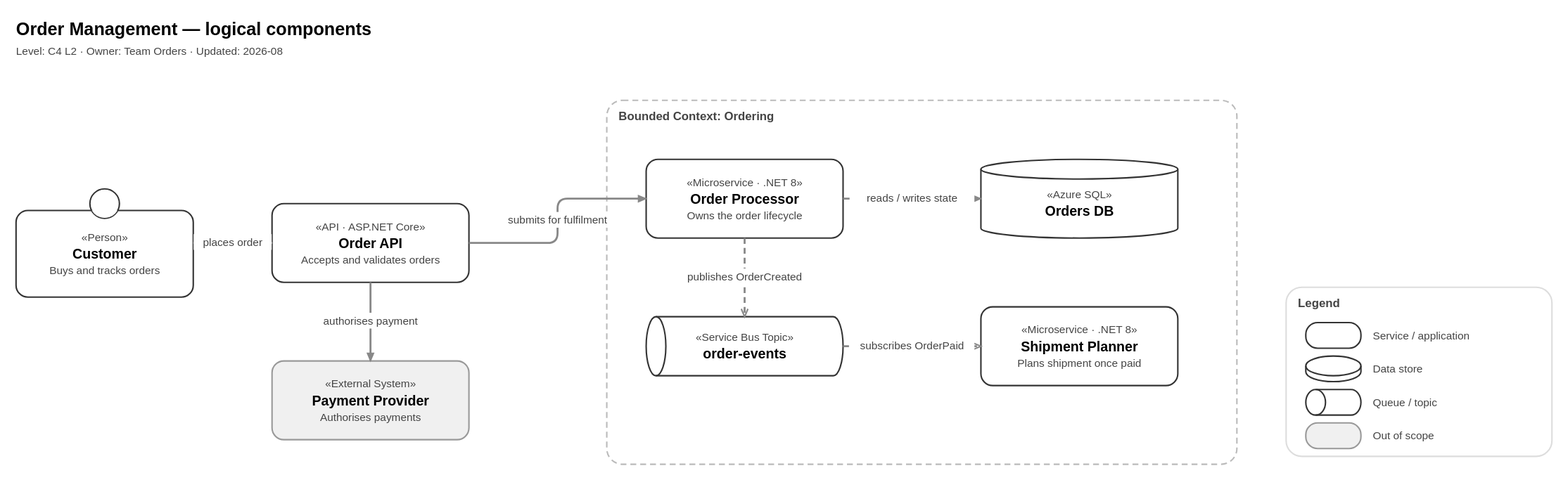
Earlier version of the draw.io export examples/components-example.drawio.svg (wojciech-ruchlewicz/drawio-architecture-kit). Source tidied: cells renumbered, new cells last; positions are measured from the earlier drawing's top-left corner, leaving out a move shared by most shapes.
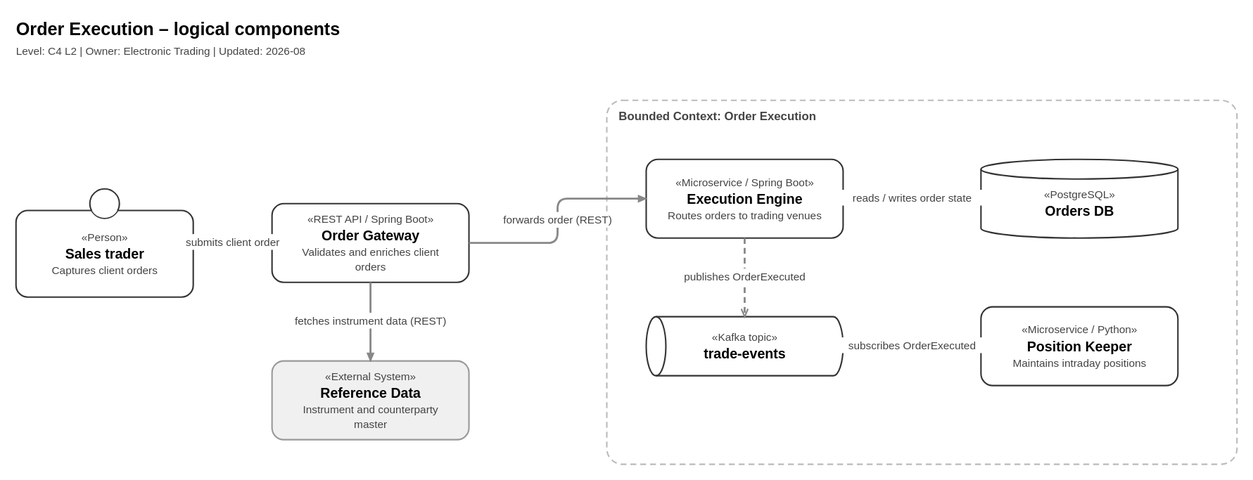
After the change.

What changed in the source:
```diff
@@ -2,80 +2,53 @@
   <root>
     <mxCell id="0" />
     <mxCell id="1" parent="0" />
-    <mxCell id="2" value="Order Management — logical components" style="text;html=1;align=left;verticalAlign=middle;fontFamily=Helvetica;fontSize=18;fontColor=#000000;fontStyle=1;" parent="1" vertex="1">
-      <mxGeometry width="700" height="26" as="geometry" />
+    <mxCell id="2" value="Order Execution – logical components" style="text;html=1;align=left;verticalAlign=middle;fontFamily=Helvetica;fontSize=18;fontColor=#000000;fontStyle=1;" parent="1" vertex="1">
+      <mxGeometry width="800" height="26" as="geometry" />
     </mxCell>
-    <mxCell id="3" value="Level: C4 L2 · Owner: Team Orders · Updated: 2026-08" style="text;html=1;align=left;verticalAlign=middle;fontFamily=Helvetica;fontSize=11;fontColor=#444444;" parent="1" vertex="1">
-      <mxGeometry y="28" width="700" height="16" as="geometry" />
+    <mxCell id="3" value="Level: C4 L2 | Owner: Electronic Trading | Updated: 2026-08" style="text;html=1;align=left;verticalAlign=middle;fontFamily=Helvetica;fontSize=11;fontColor=#444444;" parent="1" vertex="1">
+      <mxGeometry y="28" width="800" height="16" as="geometry" />
     </mxCell>
-    <mxCell id="4" value="&lt;div style=&quot;line-height:1.3&quot;&gt;&lt;font style=&quot;font-size:11px;color:#444444&quot;&gt;&amp;laquo;Person&amp;raquo;&lt;/font&gt;&lt;br&gt;&lt;b style=&quot;font-size:14px;color:#000000&quot;&gt;Customer&lt;/b&gt;&lt;br&gt;&lt;font style=&quot;font-size:11px;color:#444444&quot;&gt;Buys and tracks orders&lt;/font&gt;&lt;/div&gt;" style="shape=mxgraph.c4.person;whiteSpace=wrap;html=1;strokeWidth=1.5;fontFamily=Helvetica;fontSize=14;fontColor=#000000;align=center;verticalAlign=middle;shadow=0;fillColor=#FFFFFF;strokeColor=#333333;" parent="1" vertex="1">
+    <mxCell id="4" value="&lt;div style=&quot;line-height:1.3&quot;&gt;&lt;font style=&quot;font-size:11px;color:#444444&quot;&gt;&amp;laquo;Person&amp;raquo;&lt;/font&gt;&lt;br&gt;&lt;b style=&quot;font-size:14px;color:#000000&quot;&gt;Sales trader&lt;/b&gt;&lt;br&gt;&lt;font style=&quot;font-size:11px;color:#444444&quot;&gt;Captures client orders&lt;/font&gt;&lt;/div&gt;" style="shape=mxgraph.c4.person;whiteSpace=wrap;html=1;strokeWidth=1.5;fontFamily=Helvetica;fontSize=14;fontColor=#000000;align=center;verticalAlign=middle;shadow=0;fillColor=#FFFFFF;strokeColor=#333333;" parent="1" vertex="1">
       <mxGeometry y="176" width="180" height="110" as="geometry" />
     </mxCell>
-    <mxCell id="5" value="&lt;div style=&quot;line-height:1.3&quot;&gt;&lt;font style=&quot;font-size:11px;color:#444444&quot;&gt;&amp;laquo;API · ASP.NET Core&amp;raquo;&lt;/font&gt;&lt;br&gt;&lt;b style=&quot;font-size:14px;color:#000000&quot;&gt;Order API&lt;/b&gt;&lt;br&gt;&lt;font style=&quot;font-size:11px;color:#444444&quot;&gt;Accepts and validates orders&lt;/font&gt;&lt;/div&gt;" style="rounded=1;absoluteArcSize=1;arcSize=24;whiteSpace=wrap;html=1;strokeWidth=1.5;fontFamily=Helvetica;fontSize=14;fontColor=#000000;align=center;verticalAlign=middle;spacingLeft=6;spacingRight=6;shadow=0;fillColor=#FFFFFF;strokeColor=#333333;" parent="1" vertex="1">
+    <mxCell id="5" value="&lt;div style=&quot;line-height:1.3&quot;&gt;&lt;font style=&quot;font-size:11px;color:#444444&quot;&gt;&amp;laquo;REST API / Spring Boot&amp;raquo;&lt;/font&gt;&lt;br&gt;&lt;b style=&quot;font-size:14px;color:#000000&quot;&gt;Order Gateway&lt;/b&gt;&lt;br&gt;&lt;font style=&quot;font-size:11px;color:#444444&quot;&gt;Validates and enriches client orders&lt;/font&gt;&lt;/div&gt;" style="rounded=1;absoluteArcSize=1;arcSize=24;whiteSpace=wrap;html=1;strokeWidth=1.5;fontFamily=Helvetica;fontSize=14;fontColor=#000000;align=center;verticalAlign=middle;spacingLeft=6;spacingRight=6;shadow=0;fillColor=#FFFFFF;strokeColor=#333333;" parent="1" vertex="1">
       <mxGeometry x="260" y="191" width="200" height="80" as="geometry" />
     </mxCell>
-    <mxCell id="6" value="Bounded Context: Ordering" style="rounded=1;absoluteArcSize=1;arcSize=32;whiteSpace=wrap;html=1;strokeWidth=1.5;fontFamily=Helvetica;fontSize=12;fontStyle=1;fontColor=#444444;align=left;verticalAlign=top;spacingLeft=12;spacingTop=4;shadow=0;fillColor=none;strokeColor=#BBBBBB;dashed=1;dashPattern=8 4;" parent="1" vertex="1">
+    <mxCell id="6" value="Bounded Context: Order Execution" style="rounded=1;absoluteArcSize=1;arcSize=32;whiteSpace=wrap;html=1;strokeWidth=1.5;fontFamily=Helvetica;fontSize=12;fontStyle=1;fontColor=#444444;align=left;verticalAlign=top;spacingLeft=12;spacingTop=4;shadow=0;fillColor=none;strokeColor=#BBBBBB;dashed=1;dashPattern=8 4;" parent="1" vertex="1">
       <mxGeometry x="600" y="86" width="640" height="370" as="geometry" />
     </mxCell>
-    <mxCell id="7" value="&lt;div style=&quot;line-height:1.3&quot;&gt;&lt;font style=&quot;font-size:11px;color:#444444&quot;&gt;&amp;laquo;Microservice · .NET 8&amp;raquo;&lt;/font&gt;&lt;br&gt;&lt;b style=&quot;font-size:14px;color:#000000&quot;&gt;Order Processor&lt;/b&gt;&lt;br&gt;&lt;font style=&quot;font-size:11px;color:#444444&quot;&gt;Owns the order lifecycle&lt;/font&gt;&lt;/div&gt;" style="rounded=1;absoluteArcSize=1;arcSize=24;whiteSpace=wrap;html=1;strokeWidth=1.5;fontFamily=Helvetica;fontSize=14;fontColor=#000000;align=center;verticalAlign=middle;spacingLeft=6;spacingRight=6;shadow=0;fillColor=#FFFFFF;strokeColor=#333333;" parent="6" vertex="1">
+    <mxCell id="7" value="&lt;div style=&quot;line-height:1.3&quot;&gt;&lt;font style=&quot;font-size:11px;color:#444444&quot;&gt;&amp;laquo;Microservice / Spring Boot&amp;raquo;&lt;/font&gt;&lt;br&gt;&lt;b style=&quot;font-size:14px;color:#000000&quot;&gt;Execution Engine&lt;/b&gt;&lt;br&gt;&lt;font style=&quot;font-size:11px;color:#444444&quot;&gt;Routes orders to trading venues&lt;/font&gt;&lt;/div&gt;" style="rounded=1;absoluteArcSize=1;arcSize=24;whiteSpace=wrap;html=1;strokeWidth=1.5;fontFamily=Helvetica;fontSize=14;fontColor=#000000;align=center;verticalAlign=middle;spacingLeft=6;spacingRight=6;shadow=0;fillColor=#FFFFFF;strokeColor=#333333;" parent="6" vertex="1">
       <mxGeometry x="40" y="60" width="200" height="80" as="geometry" />
     </mxCell>
-    <mxCell id="8" value="&lt;div style=&quot;line-height:1.3&quot;&gt;&lt;font style=&quot;font-size:11px;color:#444444&quot;&gt;&amp;laquo;Azure SQL&amp;raquo;&lt;/font&gt;&lt;br&gt;&lt;b style=&quot;font-size:14px;color:#000000&quot;&gt;Orders DB&lt;/b&gt;&lt;/div&gt;" style="shape=cylinder3;boundedLbl=1;backgroundOutline=1;size=10;whiteSpace=wrap;html=1;strokeWidth=1.5;fontFamily=Helvetica;fontSize=14;fontColor=#000000;align=center;verticalAlign=middle;shadow=0;fillColor=#FFFFFF;strokeColor=#333333;" parent="6" vertex="1">
+    <mxCell id="8" value="&lt;div style=&quot;line-height:1.3&quot;&gt;&lt;font style=&quot;font-size:11px;color:#444444&quot;&gt;&amp;laquo;PostgreSQL&amp;raquo;&lt;/font&gt;&lt;br&gt;&lt;b style=&quot;font-size:14px;color:#000000&quot;&gt;Orders DB&lt;/b&gt;&lt;/div&gt;" style="shape=cylinder3;boundedLbl=1;backgroundOutline=1;size=10;whiteSpace=wrap;html=1;strokeWidth=1.5;fontFamily=Helvetica;fontSize=14;fontColor=#000000;align=center;verticalAlign=middle;shadow=0;fillColor=#FFFFFF;strokeColor=#333333;" parent="6" vertex="1">
       <mxGeometry x="380" y="60" width="200" height="80" as="geometry" />
     </mxCell>
-    <mxCell id="9" value="&lt;div style=&quot;line-height:1.3&quot;&gt;&lt;font style=&quot;font-size:11px;color:#444444&quot;&gt;&amp;laquo;Service Bus Topic&amp;raquo;&lt;/font&gt;&lt;br&gt;&lt;b style=&quot;font-size:14px;color:#000000&quot;&gt;order-events&lt;/b&gt;&lt;/div&gt;" style="shape=cylinder3;boundedLbl=1;backgroundOutline=1;size=10;direction=north;whiteSpace=wrap;html=1;strokeWidth=1.5;fontFamily=Helvetica;fontSize=14;fontColor=#000000;align=center;verticalAlign=middle;shadow=0;fillColor=#FFFFFF;strokeColor=#333333;" parent="6" vertex="1">
+    <mxCell id="9" value="&lt;div style=&quot;line-height:1.3&quot;&gt;&lt;font style=&quot;font-size:11px;color:#444444&quot;&gt;&amp;laquo;Kafka topic&amp;raquo;&lt;/font&gt;&lt;br&gt;&lt;b style=&quot;font-size:14px;color:#000000&quot;&gt;trade-events&lt;/b&gt;&lt;/div&gt;" style="shape=cylinder3;boundedLbl=1;backgroundOutline=1;size=10;direction=north;whiteSpace=wrap;html=1;strokeWidth=1.5;fontFamily=Helvetica;fontSize=14;fontColor=#000000;align=center;verticalAlign=middle;shadow=0;fillColor=#FFFFFF;strokeColor=#333333;" parent="6" vertex="1">
       <mxGeometry x="40" y="220" width="200" height="60" as="geometry" />
     </mxCell>
-    <mxCell id="10" value="&lt;div style=&quot;line-height:1.3&quot;&gt;&lt;font style=&quot;font-size:11px;color:#444444&quot;&gt;&amp;laquo;Microservice · .NET 8&amp;raquo;&lt;/font&gt;&lt;br&gt;&lt;b style=&quot;font-size:14px;color:#000000&quot;&gt;Shipment Planner&lt;/b&gt;&lt;br&gt;&lt;font style=&quot;font-size:11px;color:#444444&quot;&gt;Plans shipment once paid&lt;/font&gt;&lt;/div&gt;" style="rounded=1;absoluteArcSize=1;arcSize=24;whiteSpace=wrap;html=1;strokeWidth=1.5;fontFamily=Helvetica;fontSize=14;fontColor=#000000;align=center;verticalAlign=middle;spacingLeft=6;spacingRight=6;shadow=0;fillColor=#FFFFFF;strokeColor=#333333;" parent="6" vertex="1">
+    <mxCell id="10" value="&lt;div style=&quot;line-height:1.3&quot;&gt;&lt;font style=&quot;font-size:11px;color:#444444&quot;&gt;&amp;laquo;Microservice / Python&amp;raquo;&lt;/font&gt;&lt;br&gt;&lt;b style=&quot;font-size:14px;color:#000000&quot;&gt;Position Keeper&lt;/b&gt;&lt;br&gt;&lt;font style=&quot;font-size:11px;color:#444444&quot;&gt;Maintains intraday positions&lt;/font&gt;&lt;/div&gt;" style="rounded=1;absoluteArcSize=1;arcSize=24;whiteSpace=wrap;html=1;strokeWidth=1.5;fontFamily=Helvetica;fontSize=14;fontColor=#000000;align=center;verticalAlign=middle;spacingLeft=6;spacingRight=6;shadow=0;fillColor=#FFFFFF;strokeColor=#333333;" parent="6" vertex="1">
       <mxGeometry x="380" y="210" width="200" height="80" as="geometry" />
     </mxCell>
-    <mxCell id="11" value="&lt;div style=&quot;line-height:1.3&quot;&gt;&lt;font style=&quot;font-size:11px;color:#444444&quot;&gt;&amp;laquo;External System&amp;raquo;&lt;/font&gt;&lt;br&gt;&lt;b style=&quot;font-size:14px;color:#000000&quot;&gt;Payment Provider&lt;/b&gt;&lt;br&gt;&lt;font style=&quot;font-size:11px;color:#444444&quot;&gt;Authorises payments&lt;/font&gt;&lt;/div&gt;" style="rounded=1;absoluteArcSize=1;arcSize=24;whiteSpace=wrap;html=1;strokeWidth=1.5;fontFamily=Helvetica;fontSize=14;fontColor=#000000;align=center;verticalAlign=middle;spacingLeft=6;spacingRight=6;shadow=0;fillColor=#F0F0F0;strokeColor=#999999;" parent="1" vertex="1">
+    <mxCell id="11" value="&lt;div style=&quot;line-height:1.3&quot;&gt;&lt;font style=&quot;font-size:11px;color:#444444&quot;&gt;&amp;laquo;External System&amp;raquo;&lt;/font&gt;&lt;br&gt;&lt;b style=&quot;font-size:14px;color:#000000&quot;&gt;Reference Data&lt;/b&gt;&lt;br&gt;&lt;font style=&quot;font-size:11px;color:#444444&quot;&gt;Instrument and counterparty master&lt;/font&gt;&lt;/div&gt;" style="rounded=1;absoluteArcSize=1;arcSize=24;whiteSpace=wrap;html=1;strokeWidth=1.5;fontFamily=Helvetica;fontSize=14;fontColor=#000000;align=center;verticalAlign=middle;spacingLeft=6;spacingRight=6;shadow=0;fillColor=#F0F0F0;strokeColor=#999999;" parent="1" vertex="1">
       <mxGeometry x="260" y="351" width="200" height="80" as="geometry" />
     </mxCell>
-    <mxCell id="12" value="places order" style="edgeStyle=orthogonalEdgeStyle;rounded=1;arcSize=10;html=1;jumpStyle=arc;jumpSize=8;fontFamily=Helvetica;fontSize=11;fontColor=#444444;labelBackgroundColor=#FFFFFF;strokeWidth=2;strokeColor=#888888;endArrow=blockThin;endFill=1;endSize=6;exitX=1;exitY=0.5;exitDx=0;exitDy=0;entryX=0;entryY=0.5;entryDx=0;entryDy=0;" parent="1" edge="1" source="4" target="5">
+    <mxCell id="12" value="submits client order" style="edgeStyle=orthogonalEdgeStyle;rounded=1;arcSize=10;html=1;jumpStyle=arc;jumpSize=8;fontFamily=Helvetica;fontSize=11;fontColor=#444444;labelBackgroundColor=#FFFFFF;strokeWidth=2;strokeColor=#888888;endArrow=blockThin;endFill=1;endSize=6;exitX=1;exitY=0.5;exitDx=0;exitDy=0;entryX=0;entryY=0.5;entryDx=0;entryDy=0;" parent="1" edge="1" source="4" target="5">
       <mxGeometry relative="1" as="geometry" />
     </mxCell>
-    <mxCell id="13" value="submits for fulfilment" style="edgeStyle=orthogonalEdgeStyle;rounded=1;arcSize=10;html=1;jumpStyle=arc;jumpSize=8;fontFamily=Helvetica;fontSize=11;fontColor=#444444;labelBackgroundColor=#FFFFFF;strokeWidth=2;strokeColor=#888888;endArrow=blockThin;endFill=1;endSize=6;exitX=1;exitY=0.5;exitDx=0;exitDy=0;entryX=0;entryY=0.5;entryDx=0;entryDy=0;" parent="1" edge="1" source="5" target="7">
+    <mxCell id="13" value="forwards order (REST)" style="edgeStyle=orthogonalEdgeStyle;rounded=1;arcSize=10;html=1;jumpStyle=arc;jumpSize=8;fontFamily=Helvetica;fontSize=11;fontColor=#444444;labelBackgroundColor=#FFFFFF;strokeWidth=2;strokeColor=#888888;endArrow=blockThin;endFill=1;endSize=6;exitX=1;exitY=0.5;exitDx=0;exitDy=0;entryX=0;entryY=0.5;entryDx=0;entryDy=0;" parent="1" edge="1" source="5" target="7">
       <mxGeometry relative="1" as="geometry" />
     </mxCell>
-    <mxCell id="14" value="reads / writes state" style="edgeStyle=orthogonalEdgeStyle;rounded=1;arcSize=10;html=1;jumpStyle=arc;jumpSize=8;fontFamily=Helvetica;fontSize=11;fontColor=#444444;labelBackgroundColor=#FFFFFF;strokeWidth=2;strokeColor=#888888;endArrow=blockThin;endFill=1;endSize=6;exitX=1;exitY=0.5;exitDx=0;exitDy=0;entryX=0;entryY=0.5;entryDx=0;entryDy=0;" parent="1" edge="1" source="7" target="8">
+    <mxCell id="14" value="reads / writes order state" style="edgeStyle=orthogonalEdgeStyle;rounded=1;arcSize=10;html=1;jumpStyle=arc;jumpSize=8;fontFamily=Helvetica;fontSize=11;fontColor=#444444;labelBackgroundColor=#FFFFFF;strokeWidth=2;strokeColor=#888888;endArrow=blockThin;endFill=1;endSize=6;exitX=1;exitY=0.5;exitDx=0;exitDy=0;entryX=0;entryY=0.5;entryDx=0;entryDy=0;" parent="1" edge="1" source="7" target="8">
       <mxGeometry relative="1" as="geometry" />
     </mxCell>
-    <mxCell id="15" value="publishes OrderCreated" style="edgeStyle=orthogonalEdgeStyle;rounded=1;arcSize=10;html=1;jumpStyle=arc;jumpSize=8;fontFamily=Helvetica;fontSize=11;fontColor=#444444;labelBackgroundColor=#FFFFFF;strokeWidth=2;strokeColor=#888888;endArrow=open;endFill=0;endSize=8;dashed=1;dashPattern=6 4;exitX=0.5;exitY=1;exitDx=0;exitDy=0;entryX=0.5;entryY=0;entryDx=0;entryDy=0;" parent="1" edge="1" source="7" target="9">
+    <mxCell id="15" value="publishes OrderExecuted" style="edgeStyle=orthogonalEdgeStyle;rounded=1;arcSize=10;html=1;jumpStyle=arc;jumpSize=8;fontFamily=Helvetica;fontSize=11;fontColor=#444444;labelBackgroundColor=#FFFFFF;strokeWidth=2;strokeColor=#888888;endArrow=open;endFill=0;endSize=8;dashed=1;dashPattern=6 4;exitX=0.5;exitY=1;exitDx=0;exitDy=0;entryX=0.5;entryY=0;entryDx=0;entryDy=0;" parent="1" edge="1" source="7" target="9">
       <mxGeometry relative="1" as="geometry" />
     </mxCell>
-    <mxCell id="16" value="subscribes OrderPaid" style="edgeStyle=orthogonalEdgeStyle;rounded=1;arcSize=10;html=1;jumpStyle=arc;jumpSize=8;fontFamily=Helvetica;fontSize=11;fontColor=#444444;labelBackgroundColor=#FFFFFF;strokeWidth=2;strokeColor=#888888;endArrow=open;endFill=0;endSize=8;dashed=1;dashPattern=6 4;exitX=1;exitY=0.5;exitDx=0;exitDy=0;entryX=0;entryY=0.5;entryDx=0;entryDy=0;" parent="1" edge="1" source="9" target="10">
+    <mxCell id="16" value="subscribes OrderExecuted" style="edgeStyle=orthogonalEdgeStyle;rounded=1;arcSize=10;html=1;jumpStyle=arc;jumpSize=8;fontFamily=Helvetica;fontSize=11;fontColor=#444444;labelBackgroundColor=#FFFFFF;strokeWidth=2;strokeColor=#888888;endArrow=open;endFill=0;endSize=8;dashed=1;dashPattern=6 4;exitX=1;exitY=0.5;exitDx=0;exitDy=0;entryX=0;entryY=0.5;entryDx=0;entryDy=0;" parent="1" edge="1" source="9" target="10">
       <mxGeometry relative="1" as="geometry" />
     </mxCell>
-    <mxCell id="17" value="authorises payment" style="edgeStyle=orthogonalEdgeStyle;rounded=1;arcSize=10;html=1;jumpStyle=arc;jumpSize=8;fontFamily=Helvetica;fontSize=11;fontColor=#444444;labelBackgroundColor=#FFFFFF;strokeWidth=2;strokeColor=#888888;endArrow=blockThin;endFill=1;endSize=6;exitX=0.5;exitY=1;exitDx=0;exitDy=0;entryX=0.5;entryY=0;entryDx=0;entryDy=0;" parent="1" edge="1" source="5" target="11">
+    <mxCell id="17" value="fetches instrument data (REST)" style="edgeStyle=orthogonalEdgeStyle;rounded=1;arcSize=10;html=1;jumpStyle=arc;jumpSize=8;fontFamily=Helvetica;fontSize=11;fontColor=#444444;labelBackgroundColor=#FFFFFF;strokeWidth=2;strokeColor=#888888;endArrow=blockThin;endFill=1;endSize=6;exitX=0.5;exitY=1;exitDx=0;exitDy=0;entryX=0.5;entryY=0;entryDx=0;entryDy=0;" parent="1" edge="1" source="5" target="11">
       <mxGeometry relative="1" as="geometry" />
     </mxCell>
-    <mxCell id="18" value="Legend" style="rounded=1;absoluteArcSize=1;arcSize=32;whiteSpace=wrap;html=1;strokeWidth=1.5;fontFamily=Helvetica;fontSize=12;fontStyle=1;fontColor=#444444;align=left;verticalAlign=top;spacingLeft=12;spacingTop=4;shadow=0;fillColor=none;strokeColor=#DDDDDD;" parent="1" vertex="1">
-      <mxGeometry x="1290" y="276" width="270" height="172" as="geometry" />
-    </mxCell>
-    <mxCell id="19" style="rounded=1;absoluteArcSize=1;arcSize=24;whiteSpace=wrap;html=1;strokeWidth=1.5;fontFamily=Helvetica;fontSize=14;fontColor=#000000;align=center;verticalAlign=middle;spacingLeft=6;spacingRight=6;shadow=0;fillColor=#FFFFFF;strokeColor=#333333;" parent="18" vertex="1">
-      <mxGeometry x="20" y="36" width="56" height="26" as="geometry" />
-    </mxCell>
-    <mxCell id="20" value="Service / application" style="text;html=1;align=left;verticalAlign=middle;fontFamily=Helvetica;fontSize=11;fontColor=#444444;" parent="18" vertex="1">
-      <mxGeometry x="88" y="36" width="160" height="26" as="geometry" />
-    </mxCell>
-    <mxCell id="21" style="shape=cylinder3;boundedLbl=1;backgroundOutline=1;size=10;whiteSpace=wrap;html=1;strokeWidth=1.5;fontFamily=Helvetica;fontSize=14;fontColor=#000000;align=center;verticalAlign=middle;shadow=0;fillColor=#FFFFFF;strokeColor=#333333;" parent="18" vertex="1">
-      <mxGeometry x="20" y="70" width="56" height="26" as="geometry" />
-    </mxCell>
-    <mxCell id="22" value="Data store" style="text;html=1;align=left;verticalAlign=middle;fontFamily=Helvetica;fontSize=11;fontColor=#444444;" parent="18" vertex="1">
-      <mxGeometry x="88" y="70" width="160" height="26" as="geometry" />
-    </mxCell>
-    <mxCell id="23" style="shape=cylinder3;boundedLbl=1;backgroundOutline=1;size=10;direction=north;whiteSpace=wrap;html=1;strokeWidth=1.5;fontFamily=Helvetica;fontSize=14;fontColor=#000000;align=center;verticalAlign=middle;shadow=0;fillColor=#FFFFFF;strokeColor=#333333;" parent="18" vertex="1">
-      <mxGeometry x="20" y="104" width="56" height="26" as="geometry" />
-    </mxCell>
-    <mxCell id="24" value="Queue / topic" style="text;html=1;align=left;verticalAlign=middle;fontFamily=Helvetica;fontSize=11;fontColor=#444444;" parent="18" vertex="1">
-      <mxGeometry x="88" y="104" width="160" height="26" as="geometry" />
-    </mxCell>
-    <mxCell id="25" style="rounded=1;absoluteArcSize=1;arcSize=24;whiteSpace=wrap;html=1;strokeWidth=1.5;fontFamily=Helvetica;fontSize=14;fontColor=#000000;align=center;verticalAlign=middle;spacingLeft=6;spacingRight=6;shadow=0;fillColor=#F0F0F0;strokeColor=#999999;" parent="18" vertex="1">
-      <mxGeometry x="20" y="138" width="56" height="26" as="geometry" />
-    </mxCell>
-    <mxCell id="26" value="Out of scope" style="text;html=1;align=left;verticalAlign=middle;fontFamily=Helvetica;fontSize=11;fontColor=#444444;" parent="18" vertex="1">
-      <mxGeometry x="88" y="138" width="160" height="26" as="geometry" />
-    </mxCell>
   </root>
 </mxGraphModel>
```
